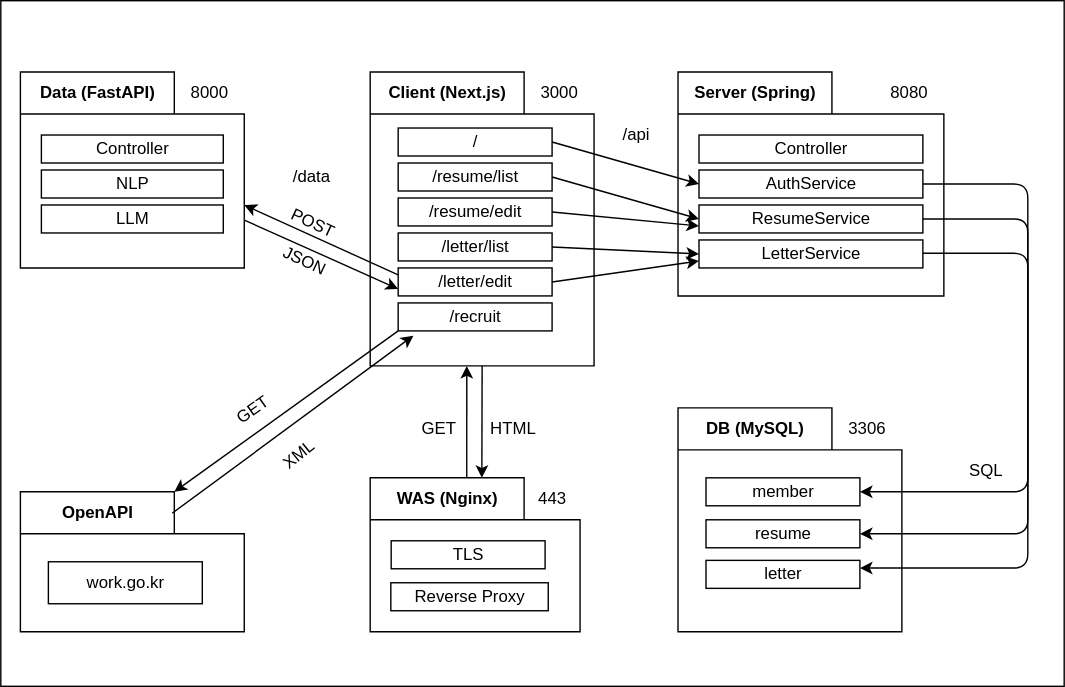
Above: docs/diagram/package-diagram.svg in kosmo138/resumate (draw.io), before the change. Source tidied: cells renumbered, new cells last; positions are measured from the earlier drawing's top-left corner, leaving out a move shared by most shapes.
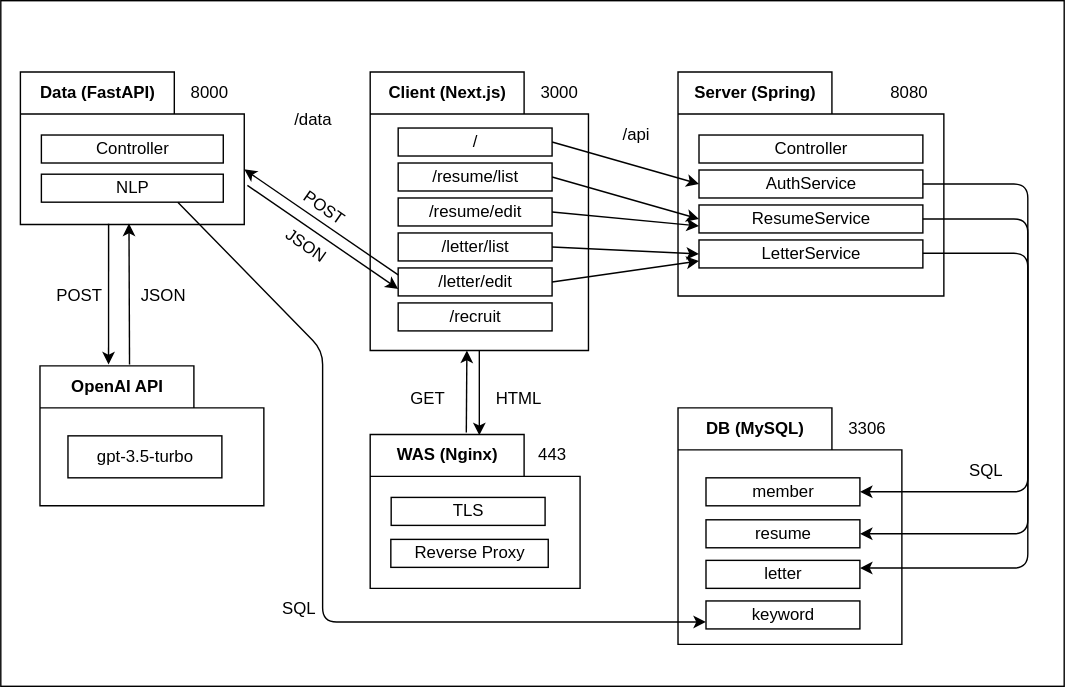
The same diagram one commit later.

Commit message:
Docs: UML 다이어그램 최신화 (#65)

The edit, as a diff of the source:
```diff
@@ -5,6 +5,26 @@
     <mxCell id="2" style="rounded=0;whiteSpace=wrap;html=1;" parent="1" vertex="1">
       <mxGeometry width="760" height="490" as="geometry" />
     </mxCell>
+    <mxCell id="42" value="DB (MySQL)" style="shape=folder;fontStyle=1;tabWidth=110;tabHeight=30;tabPosition=left;html=1;boundedLbl=1;labelInHeader=1;" parent="1" vertex="1">
+      <mxGeometry x="484" y="291" width="160" height="169" as="geometry" />
+    </mxCell>
+    <mxCell id="43" value="member" style="html=1;" parent="42" vertex="1">
+      <mxGeometry width="110" height="20" relative="1" as="geometry">
+        <mxPoint x="20" y="50" as="offset" />
+      </mxGeometry>
+    </mxCell>
+    <mxCell id="44" value="letter" style="html=1;" parent="42" vertex="1">
+      <mxGeometry x="20" y="109" width="110" height="20" as="geometry" />
+    </mxCell>
+    <mxCell id="45" value="resume" style="html=1;" parent="42" vertex="1">
+      <mxGeometry x="20" y="80" width="110" height="20" as="geometry" />
+    </mxCell>
+    <mxCell id="46" value="3306" style="text;html=1;align=center;verticalAlign=middle;strokeColor=none;fillColor=none;" parent="42" vertex="1">
+      <mxGeometry x="110" width="50" height="30" as="geometry" />
+    </mxCell>
+    <mxCell id="56" value="keyword" style="html=1;" parent="42" vertex="1">
+      <mxGeometry x="20" y="138" width="110" height="20" as="geometry" />
+    </mxCell>
     <mxCell id="3" value="Server (Spring)" style="shape=folder;fontStyle=1;tabWidth=110;tabHeight=30;tabPosition=left;html=1;boundedLbl=1;labelInHeader=1;" parent="1" vertex="1">
       <mxGeometry x="484" y="51" width="190" height="160" as="geometry" />
     </mxCell>
@@ -25,17 +45,17 @@
     <mxCell id="8" value="8080" style="text;html=1;align=center;verticalAlign=middle;strokeColor=none;fillColor=none;" parent="3" vertex="1">
       <mxGeometry x="140" width="50" height="30" as="geometry" />
     </mxCell>
-    <mxCell id="9" value="OpenAPI" style="shape=folder;fontStyle=1;tabWidth=110;tabHeight=30;tabPosition=left;html=1;boundedLbl=1;labelInHeader=1;" parent="1" vertex="1">
-      <mxGeometry x="14" y="351" width="160" height="100" as="geometry" />
+    <mxCell id="9" value="OpenAI API" style="shape=folder;fontStyle=1;tabWidth=110;tabHeight=30;tabPosition=left;html=1;boundedLbl=1;labelInHeader=1;" parent="1" vertex="1">
+      <mxGeometry x="28" y="261" width="160" height="100" as="geometry" />
     </mxCell>
-    <mxCell id="10" value="work.go.kr" style="html=1;" parent="9" vertex="1">
+    <mxCell id="10" value="gpt-3.5-turbo" style="html=1;" parent="9" vertex="1">
       <mxGeometry x="20" y="50" width="110" height="30" as="geometry" />
     </mxCell>
-    <mxCell id="11" style="edgeStyle=none;html=1;exitX=0.5;exitY=1;exitDx=0;exitDy=0;exitPerimeter=0;entryX=0.532;entryY=0;entryDx=0;entryDy=0;entryPerimeter=0;" parent="1" edge="1" source="12" target="29">
+    <mxCell id="11" style="edgeStyle=none;html=1;exitX=0.5;exitY=1;exitDx=0;exitDy=0;exitPerimeter=0;entryX=0.52;entryY=0.006;entryDx=0;entryDy=0;entryPerimeter=0;" parent="1" edge="1" source="12" target="29">
       <mxGeometry relative="1" as="geometry" />
     </mxCell>
     <mxCell id="12" value="Client (Next.js)" style="shape=folder;fontStyle=1;tabWidth=110;tabHeight=30;tabPosition=left;html=1;boundedLbl=1;labelInHeader=1;" parent="1" vertex="1">
-      <mxGeometry x="264" y="51" width="160" height="210" as="geometry" />
+      <mxGeometry x="264" y="51" width="156" height="199" as="geometry" />
     </mxCell>
     <mxCell id="13" value="/" style="html=1;" parent="12" vertex="1">
       <mxGeometry width="110" height="20" relative="1" as="geometry">
@@ -68,11 +88,11 @@
     <mxCell id="21" value="3000" style="text;html=1;align=center;verticalAlign=middle;strokeColor=none;fillColor=none;" parent="12" vertex="1">
       <mxGeometry x="110" width="50" height="30" as="geometry" />
     </mxCell>
-    <mxCell id="22" style="edgeStyle=none;html=1;entryX=0;entryY=0.75;entryDx=0;entryDy=0;" parent="1" edge="1" source="23" target="19">
+    <mxCell id="22" style="edgeStyle=none;html=1;entryX=0;entryY=0.75;entryDx=0;entryDy=0;exitX=1.014;exitY=0.743;exitDx=0;exitDy=0;exitPerimeter=0;" parent="1" edge="1" source="23" target="19">
       <mxGeometry relative="1" as="geometry" />
     </mxCell>
     <mxCell id="23" value="Data (FastAPI)" style="shape=folder;fontStyle=1;tabWidth=110;tabHeight=30;tabPosition=left;html=1;boundedLbl=1;labelInHeader=1;" parent="1" vertex="1">
-      <mxGeometry x="14" y="51" width="160" height="140" as="geometry" />
+      <mxGeometry x="14" y="51" width="160" height="109" as="geometry" />
     </mxCell>
     <mxCell id="24" value="Controller" style="html=1;" parent="23" vertex="1">
       <mxGeometry width="130" height="20" relative="1" as="geometry">
@@ -84,22 +104,22 @@
     </mxCell>
     <mxCell id="26" value="NLP" style="html=1;" parent="23" vertex="1">
       <mxGeometry width="130" height="20" relative="1" as="geometry">
-        <mxPoint x="15" y="70" as="offset" />
+        <mxPoint x="15" y="73" as="offset" />
       </mxGeometry>
     </mxCell>
-    <mxCell id="27" value="LLM" style="html=1;" parent="23" vertex="1">
-      <mxGeometry width="130" height="20" relative="1" as="geometry">
-        <mxPoint x="15" y="95" as="offset" />
-      </mxGeometry>
-    </mxCell>
+    <mxCell id="57" style="edgeStyle=none;shape=connector;rounded=1;html=1;exitX=0.75;exitY=1;exitDx=0;exitDy=0;entryX=0;entryY=0.75;entryDx=0;entryDy=0;labelBackgroundColor=default;strokeColor=default;fontFamily=Helvetica;fontSize=11;fontColor=default;endArrow=classic;" parent="23" edge="1" source="26" target="56">
+      <mxGeometry relative="1" as="geometry">
+        <Array as="points">
+          <mxPoint x="216" y="199" />
+          <mxPoint x="216" y="393" />
+        </Array>
+      </mxGeometry>
+    </mxCell>
-    <mxCell id="28" style="edgeStyle=none;html=1;exitX=0;exitY=0;exitDx=55;exitDy=0;exitPerimeter=0;entryX=0.344;entryY=1;entryDx=0;entryDy=0;entryPerimeter=0;" parent="1" edge="1">
-      <mxGeometry relative="1" as="geometry">
-        <mxPoint x="333" y="341" as="sourcePoint" />
-        <mxPoint x="333" y="261" as="targetPoint" />
-      </mxGeometry>
+    <mxCell id="28" style="edgeStyle=none;html=1;exitX=0.458;exitY=-0.012;exitDx=0;exitDy=0;exitPerimeter=0;entryX=0.443;entryY=1;entryDx=0;entryDy=0;entryPerimeter=0;" parent="1" edge="1" source="29" target="12">
+      <mxGeometry relative="1" as="geometry" />
     </mxCell>
     <mxCell id="29" value="WAS (Nginx)" style="shape=folder;fontStyle=1;tabWidth=110;tabHeight=30;tabPosition=left;html=1;boundedLbl=1;labelInHeader=1;" parent="1" vertex="1">
-      <mxGeometry x="264" y="341" width="150" height="110" as="geometry" />
+      <mxGeometry x="264" y="310" width="150" height="110" as="geometry" />
     </mxCell>
     <mxCell id="30" value="TLS" style="html=1;" parent="29" vertex="1">
       <mxGeometry width="110" height="20" relative="1" as="geometry">
@@ -113,22 +133,21 @@
       <mxGeometry x="110" width="40" height="30" as="geometry" />
     </mxCell>
     <mxCell id="33" value="GET" style="text;html=1;align=center;verticalAlign=middle;strokeColor=none;fillColor=none;" parent="1" vertex="1">
-      <mxGeometry x="288" y="291" width="50" height="30" as="geometry" />
+      <mxGeometry x="280" y="270" width="50" height="30" as="geometry" />
     </mxCell>
-    <mxCell id="34" value="GET" style="text;html=1;align=center;verticalAlign=middle;strokeColor=none;fillColor=none;rotation=-35;" parent="1" vertex="1">
-      <mxGeometry x="155" y="278" width="50" height="30" as="geometry" />
+    <mxCell id="34" value="POST" style="text;html=1;align=center;verticalAlign=middle;strokeColor=none;fillColor=none;rotation=0;" parent="1" vertex="1">
+      <mxGeometry x="26" y="196" width="60" height="30" as="geometry" />
     </mxCell>
-    <mxCell id="35" value="XML" style="text;html=1;align=center;verticalAlign=middle;strokeColor=none;fillColor=none;rotation=-39;" parent="1" vertex="1">
-      <mxGeometry x="188" y="310" width="50" height="30" as="geometry" />
+    <mxCell id="35" value="JSON" style="text;html=1;align=center;verticalAlign=middle;strokeColor=none;fillColor=none;rotation=0;" parent="1" vertex="1">
+      <mxGeometry x="86" y="196" width="60" height="30" as="geometry" />
     </mxCell>
-    <mxCell id="36" style="edgeStyle=none;html=1;exitX=0;exitY=1;exitDx=0;exitDy=0;entryX=0;entryY=0;entryDx=110;entryDy=0;entryPerimeter=0;" parent="1" edge="1" source="20" target="9">
-      <mxGeometry relative="1" as="geometry" />
-    </mxCell>
-    <mxCell id="37" style="edgeStyle=none;html=1;exitX=0.678;exitY=0.153;exitDx=0;exitDy=0;exitPerimeter=0;entryX=0.099;entryY=1.169;entryDx=0;entryDy=0;entryPerimeter=0;" parent="1" edge="1" source="9" target="20">
-      <mxGeometry relative="1" as="geometry" />
+    <mxCell id="37" style="edgeStyle=none;html=1;entryX=0.485;entryY=0.993;entryDx=0;entryDy=0;entryPerimeter=0;" parent="1" edge="1" target="23">
+      <mxGeometry relative="1" as="geometry">
+        <mxPoint x="92" y="260" as="sourcePoint" />
+      </mxGeometry>
     </mxCell>
     <mxCell id="38" value="HTML" style="text;html=1;align=center;verticalAlign=middle;strokeColor=none;fillColor=none;" parent="1" vertex="1">
-      <mxGeometry x="336" y="291" width="60" height="30" as="geometry" />
+      <mxGeometry x="340" y="270" width="60" height="30" as="geometry" />
     </mxCell>
     <mxCell id="39" style="edgeStyle=none;html=1;exitX=1;exitY=0.5;exitDx=0;exitDy=0;entryX=0;entryY=0.75;entryDx=0;entryDy=0;" parent="1" edge="1" source="15" target="6">
       <mxGeometry relative="1" as="geometry" />
@@ -139,23 +158,6 @@
     <mxCell id="41" style="edgeStyle=none;html=1;exitX=1;exitY=0.5;exitDx=0;exitDy=0;entryX=0;entryY=0.75;entryDx=0;entryDy=0;" parent="1" edge="1" source="19" target="7">
       <mxGeometry relative="1" as="geometry" />
     </mxCell>
-    <mxCell id="42" value="DB (MySQL)" style="shape=folder;fontStyle=1;tabWidth=110;tabHeight=30;tabPosition=left;html=1;boundedLbl=1;labelInHeader=1;" parent="1" vertex="1">
-      <mxGeometry x="484" y="291" width="160" height="160" as="geometry" />
-    </mxCell>
-    <mxCell id="43" value="member" style="html=1;" parent="42" vertex="1">
-      <mxGeometry width="110" height="20" relative="1" as="geometry">
-        <mxPoint x="20" y="50" as="offset" />
-      </mxGeometry>
-    </mxCell>
-    <mxCell id="44" value="letter" style="html=1;" parent="42" vertex="1">
-      <mxGeometry x="20" y="109" width="110" height="20" as="geometry" />
-    </mxCell>
-    <mxCell id="45" value="resume" style="html=1;" parent="42" vertex="1">
-      <mxGeometry x="20" y="80" width="110" height="20" as="geometry" />
-    </mxCell>
-    <mxCell id="46" value="3306" style="text;html=1;align=center;verticalAlign=middle;strokeColor=none;fillColor=none;" parent="42" vertex="1">
-      <mxGeometry x="110" width="50" height="30" as="geometry" />
-    </mxCell>
     <mxCell id="47" style="edgeStyle=none;html=1;exitX=1;exitY=0.5;exitDx=0;exitDy=0;entryX=1;entryY=0.5;entryDx=0;entryDy=0;" parent="1" edge="1" source="5" target="43">
       <mxGeometry relative="1" as="geometry">
         <Array as="points">
@@ -164,13 +166,11 @@
         </Array>
       </mxGeometry>
     </mxCell>
-    <mxCell id="48" style="edgeStyle=none;html=1;exitX=0;exitY=0.25;exitDx=0;exitDy=0;" parent="1" edge="1" source="19">
-      <mxGeometry relative="1" as="geometry">
-        <mxPoint x="174" y="146" as="targetPoint" />
-      </mxGeometry>
+    <mxCell id="48" style="edgeStyle=none;html=1;exitX=0;exitY=0.25;exitDx=0;exitDy=0;entryX=0;entryY=0;entryDx=160;entryDy=69.5;entryPerimeter=0;" parent="1" edge="1" source="19" target="23">
+      <mxGeometry relative="1" as="geometry" />
     </mxCell>
-    <mxCell id="49" value="POST" style="text;html=1;align=center;verticalAlign=middle;strokeColor=none;fillColor=none;rotation=25;" parent="1" vertex="1">
-      <mxGeometry x="193" y="144" width="60" height="30" as="geometry" />
+    <mxCell id="49" value="POST" style="text;html=1;align=center;verticalAlign=middle;strokeColor=none;fillColor=none;rotation=35;" parent="1" vertex="1">
+      <mxGeometry x="201" y="133" width="60" height="30" as="geometry" />
     </mxCell>
     <mxCell id="50" style="edgeStyle=none;html=1;exitX=1;exitY=0.5;exitDx=0;exitDy=0;entryX=1;entryY=0.5;entryDx=0;entryDy=0;" parent="1" edge="1" source="6" target="45">
       <mxGeometry relative="1" as="geometry">
@@ -193,14 +193,22 @@
     <mxCell id="52" value="SQL" style="text;html=1;align=center;verticalAlign=middle;strokeColor=none;fillColor=none;" parent="1" vertex="1">
       <mxGeometry x="679" y="321" width="50" height="30" as="geometry" />
     </mxCell>
-    <mxCell id="53" value="JSON" style="text;html=1;align=center;verticalAlign=middle;strokeColor=none;fillColor=none;rotation=25;" parent="1" vertex="1">
-      <mxGeometry x="187" y="171" width="60" height="30" as="geometry" />
+    <mxCell id="53" value="JSON" style="text;html=1;align=center;verticalAlign=middle;strokeColor=none;fillColor=none;rotation=35;" parent="1" vertex="1">
+      <mxGeometry x="188" y="160" width="60" height="30" as="geometry" />
     </mxCell>
     <mxCell id="54" value="/api" style="text;html=1;align=center;verticalAlign=middle;strokeColor=none;fillColor=none;" parent="1" vertex="1">
       <mxGeometry x="434" y="81" width="40" height="30" as="geometry" />
     </mxCell>
     <mxCell id="55" value="/data" style="text;html=1;align=center;verticalAlign=middle;strokeColor=none;fillColor=none;" parent="1" vertex="1">
-      <mxGeometry x="197" y="111" width="50" height="30" as="geometry" />
+      <mxGeometry x="198" y="70" width="50" height="30" as="geometry" />
     </mxCell>
+    <mxCell id="58" style="edgeStyle=none;html=1;exitX=0.394;exitY=0.995;exitDx=0;exitDy=0;exitPerimeter=0;" parent="1" edge="1" source="23">
+      <mxGeometry relative="1" as="geometry">
+        <mxPoint x="77" y="260" as="targetPoint" />
+      </mxGeometry>
+    </mxCell>
+    <mxCell id="59" value="SQL" style="text;html=1;align=center;verticalAlign=middle;strokeColor=none;fillColor=none;" parent="1" vertex="1">
+      <mxGeometry x="188" y="420" width="50" height="30" as="geometry" />
+    </mxCell>
   </root>
 </mxGraphModel>
```
